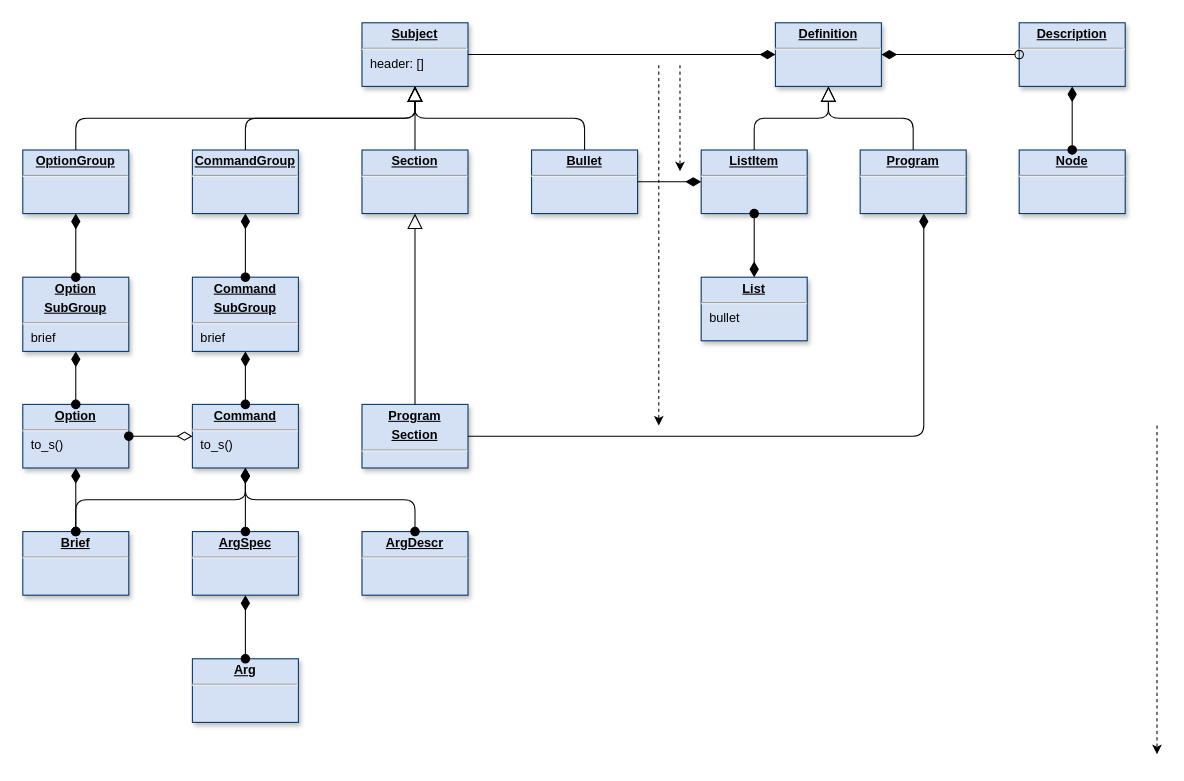
Earlier version of the draw.io diagram page "Page-6" (6 of 7) of doc/diagram.drawio (clrgit/shellopts). Source tidied: cells renumbered, new cells numbered last; positions are measured from the earlier drawing's top-left corner, leaving out a move shared by most shapes. Both pictures are drawn from the tidied source at 106%, with x=0, y=0 at pixel (-73, 22).
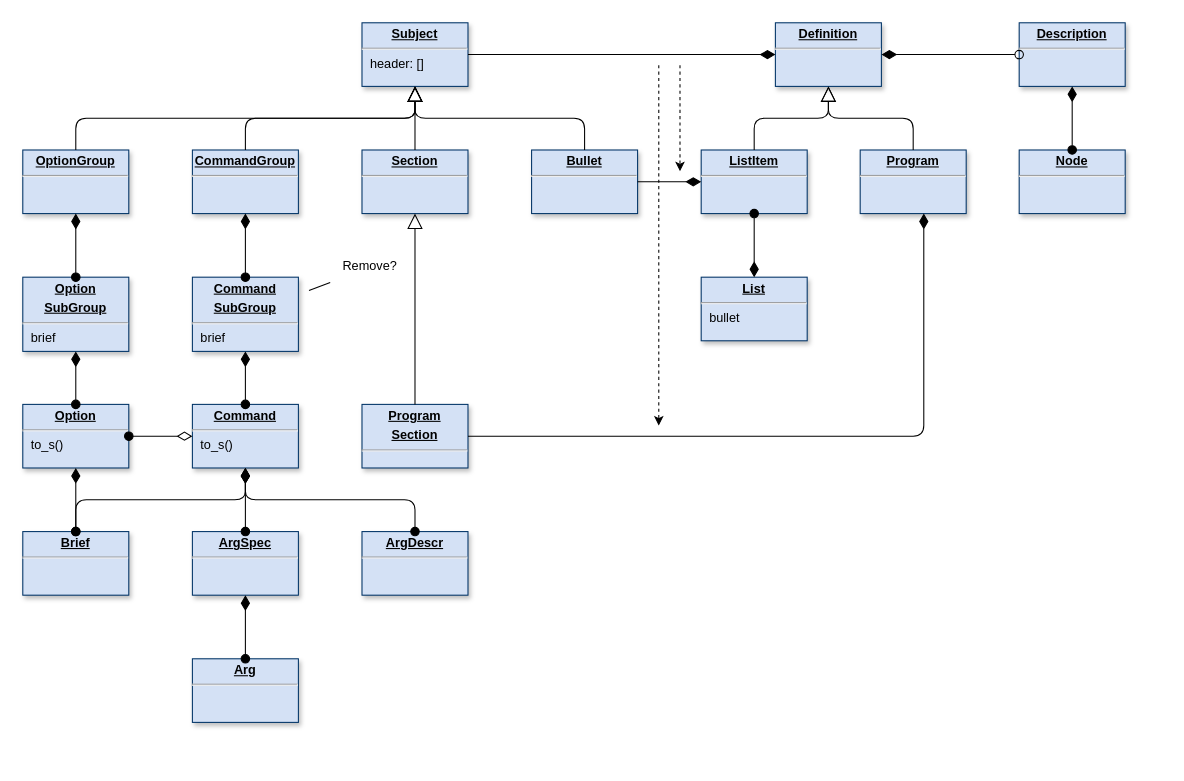
The same page after the edit.

The change refers to these unchanged cells:
```xml
<mxCell id="45" value="&lt;p style=&quot;margin: 0px ; margin-top: 4px ; text-align: center ; text-decoration: underline&quot;&gt;&lt;b&gt;Command&lt;/b&gt;&lt;/p&gt;&lt;p style=&quot;margin: 0px ; margin-top: 4px ; text-align: center ; text-decoration: underline&quot;&gt;&lt;b&gt;SubGroup&lt;/b&gt;&lt;/p&gt;&lt;hr&gt;&lt;p style=&quot;margin: 0px ; margin-left: 8px&quot;&gt;brief&lt;/p&gt;" style="verticalAlign=top;align=left;overflow=fill;fontSize=12;fontFamily=Helvetica;html=1;shadow=1;strokeColor=#003366;fillColor=#D4E1F5;" parent="1" vertex="1">
  <mxGeometry x="250" y="240" width="100" height="70" as="geometry" />
</mxCell>
```

What changed in the source:
```diff
@@
-    <mxCell id="26" style="endArrow=classic;html=1;dashed=1;" parent="1" edge="1">
-      <mxGeometry relative="1" as="geometry">
-        <mxPoint x="1160" y="380" as="sourcePoint" />
-        <mxPoint x="1160" y="690" as="targetPoint" />
-      </mxGeometry>
-    </mxCell>
@@
+    <mxCell id="48" style="endArrow=none;html=1;sourcePerimeterSpacing=10;startSize=0;targetPerimeterSpacing=10;" parent="1" edge="1" source="45" target="49">
+      <mxGeometry relative="1" as="geometry" />
+    </mxCell>
+    <mxCell id="49" value="Remove?" style="text;html=1;strokeColor=none;fillColor=none;align=left;verticalAlign=middle;whiteSpace=wrap;rounded=0;labelPosition=center;verticalLabelPosition=middle;" parent="1" vertex="1">
+      <mxGeometry x="390" y="220" width="60" height="20" as="geometry" />
+    </mxCell>
```
